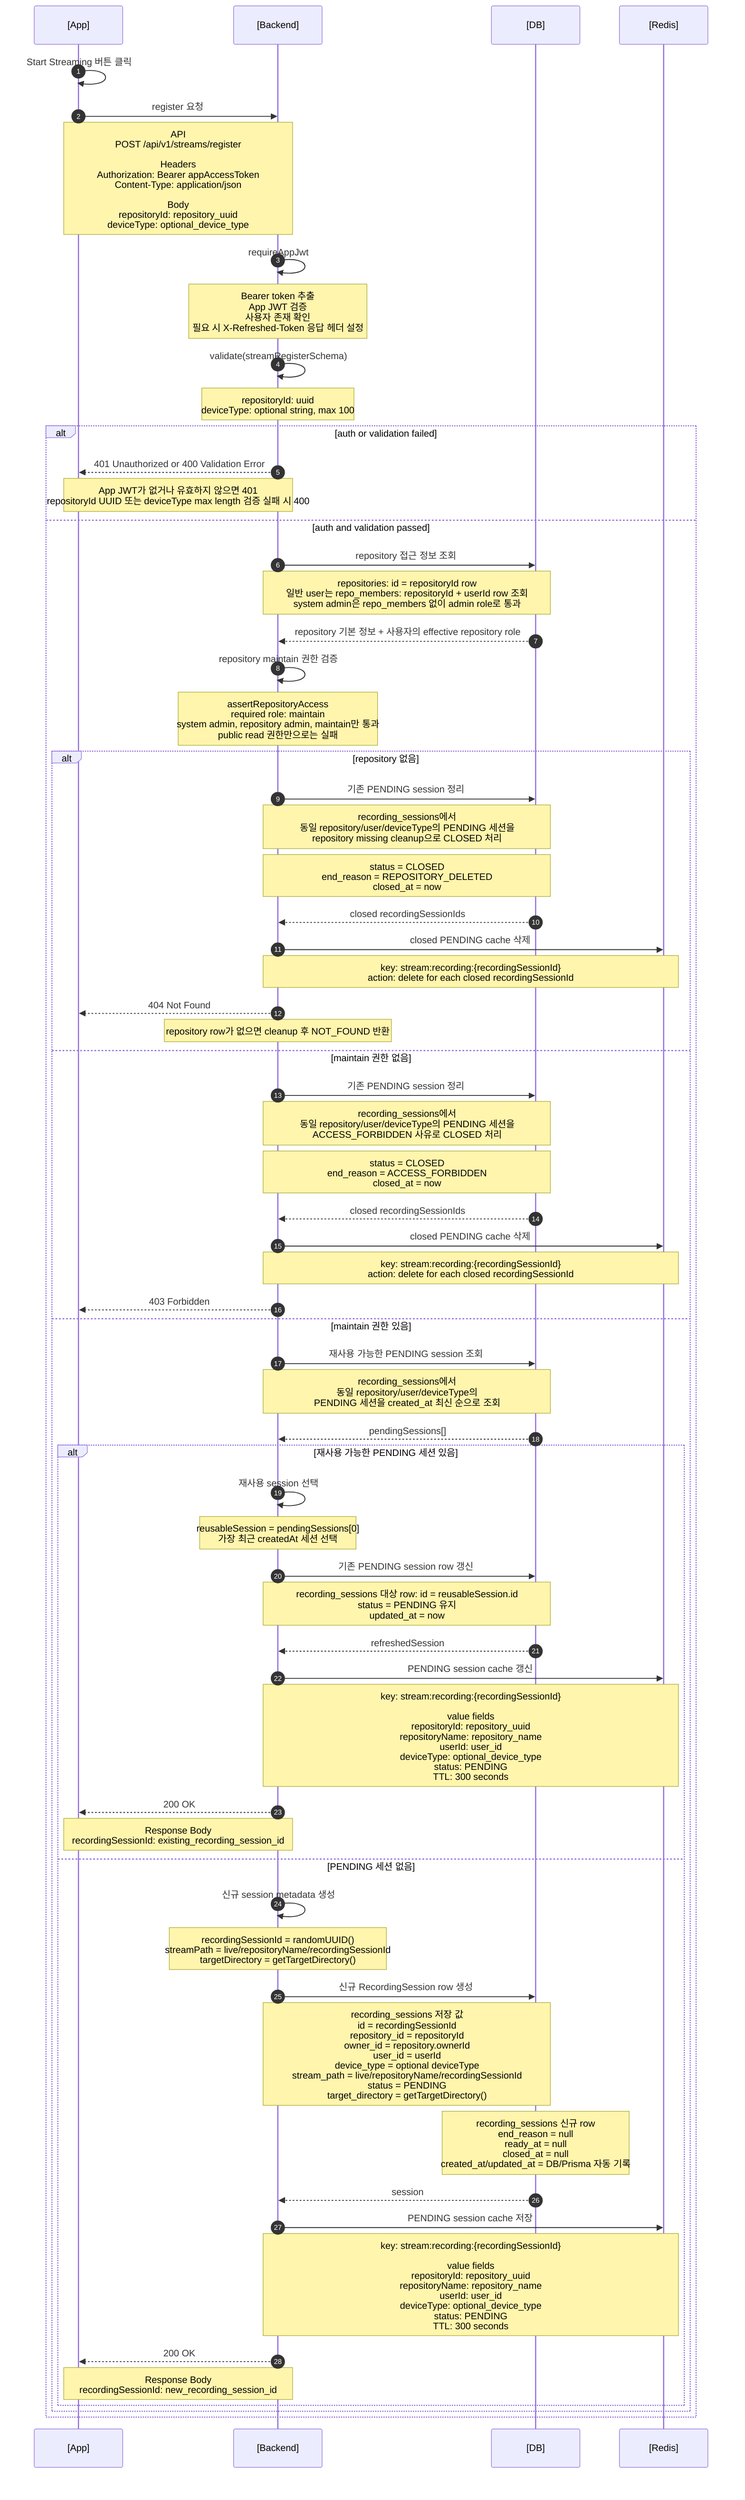
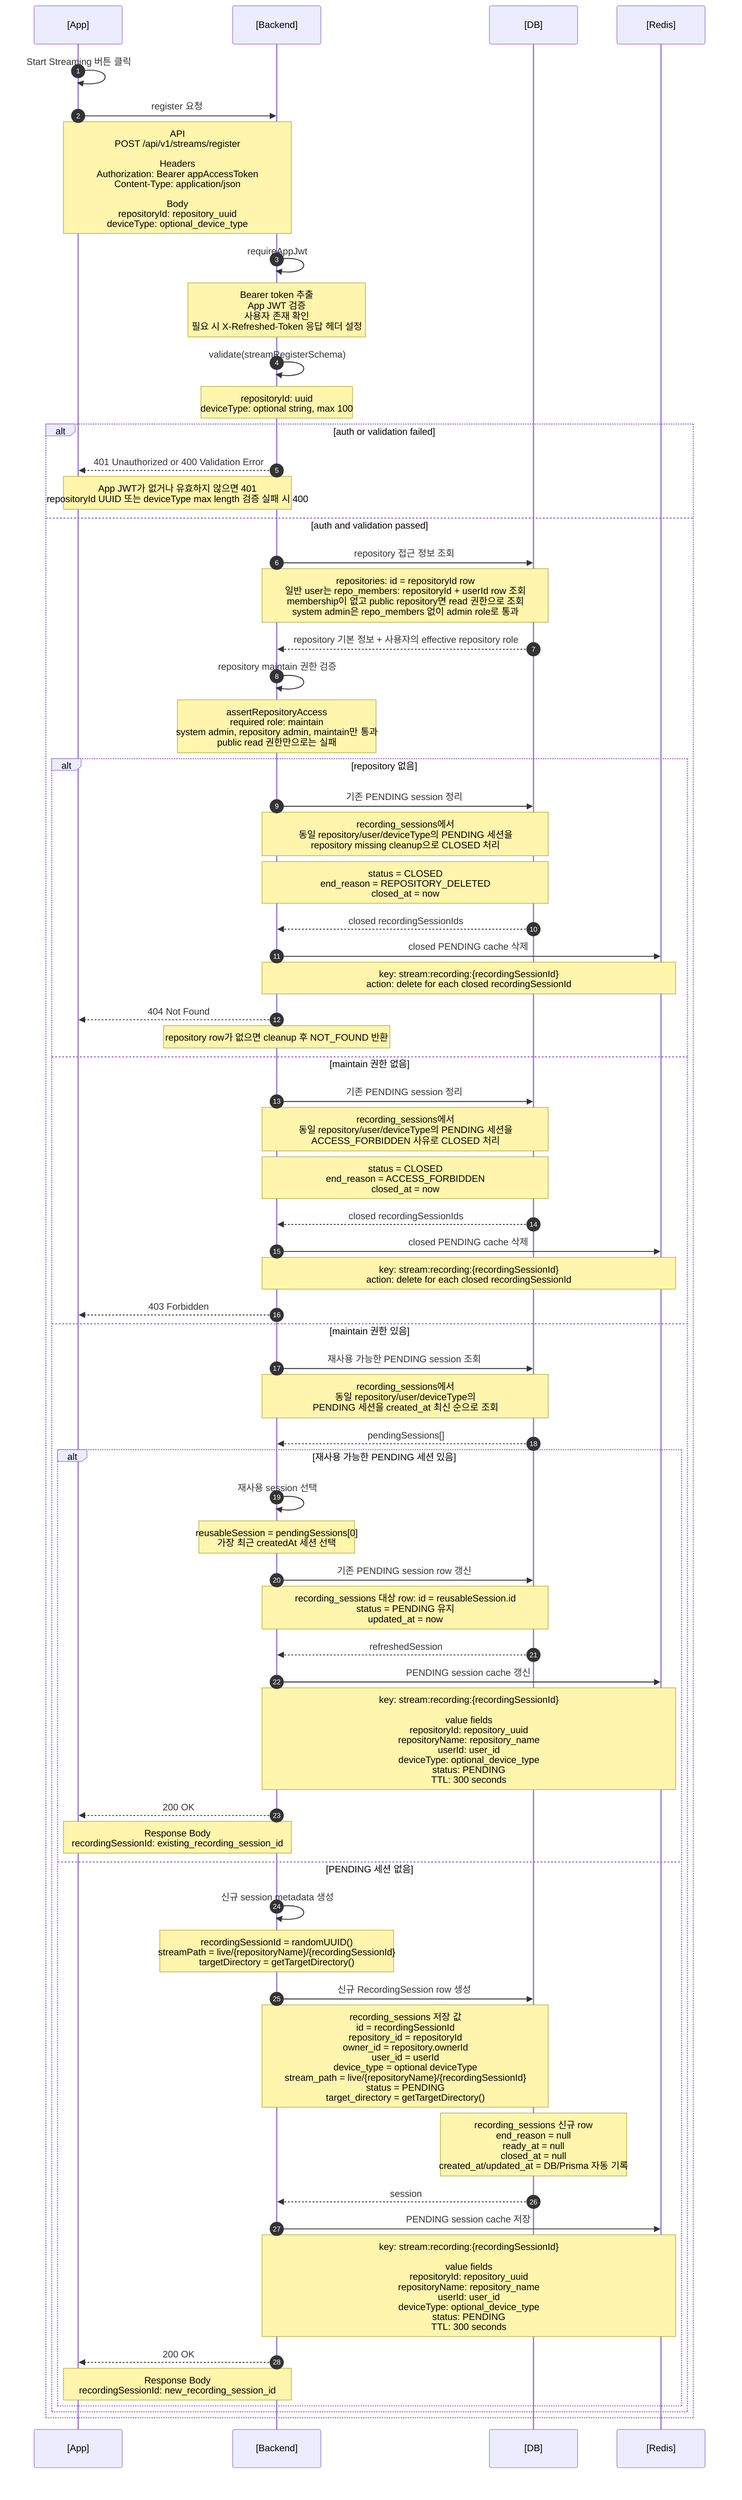
sequenceDiagram
  autonumber
  participant App as [App]
  participant Backend as [Backend]
  participant DB as [DB]
  participant Redis as [Redis]

  App->>App: Start Streaming 버튼 클릭
  App->>Backend: register 요청
  Note over App,Backend: API<br/>POST /api/v1/streams/register<br/><br/>Headers<br/>Authorization: Bearer appAccessToken<br/>Content-Type: application/json<br/><br/>Body<br/>repositoryId: repository_uuid<br/>deviceType: optional_device_type

  Backend->>Backend: requireAppJwt
  Note over Backend: Bearer token 추출<br/>App JWT 검증<br/>사용자 존재 확인<br/>필요 시 X-Refreshed-Token 응답 헤더 설정
  Backend->>Backend: validate(streamRegisterSchema)
  Note over Backend: repositoryId: uuid<br/>deviceType: optional string, max 100

  alt auth or validation failed
    Backend-->>App: 401 Unauthorized or 400 Validation Error
    Note over Backend,App: App JWT가 없거나 유효하지 않으면 401<br/>repositoryId UUID 또는 deviceType max length 검증 실패 시 400
  else auth and validation passed
  Backend->>DB: repository 접근 정보 조회
-   Note over Backend,DB: repositories: id = repositoryId row<br/>일반 user는 repo_members: repositoryId + userId row 조회<br/>system admin은 repo_members 없이 admin role로 통과
+   Note over Backend,DB: repositories: id = repositoryId row<br/>일반 user는 repo_members: repositoryId + userId row 조회<br/>membership이 없고 public repository면 read 권한으로 조회<br/>system admin은 repo_members 없이 admin role로 통과
  DB-->>Backend: repository 기본 정보 + 사용자의 effective repository role
  Backend->>Backend: repository maintain 권한 검증
  Note over Backend: assertRepositoryAccess<br/>required role: maintain<br/>system admin, repository admin, maintain만 통과<br/>public read 권한만으로는 실패

  alt repository 없음
    Backend->>DB: 기존 PENDING session 정리
    Note over Backend,DB: recording_sessions에서<br/>동일 repository/user/deviceType의 PENDING 세션을<br/>repository missing cleanup으로 CLOSED 처리
    Note over Backend,DB: status = CLOSED<br/>end_reason = REPOSITORY_DELETED<br/>closed_at = now
    DB-->>Backend: closed recordingSessionIds
    Backend->>Redis: closed PENDING cache 삭제
    Note over Backend,Redis: key: stream:recording:{recordingSessionId}<br/>action: delete for each closed recordingSessionId
    Backend-->>App: 404 Not Found
    Note over Backend: repository row가 없으면 cleanup 후 NOT_FOUND 반환
  else maintain 권한 없음
    Backend->>DB: 기존 PENDING session 정리
    Note over Backend,DB: recording_sessions에서<br/>동일 repository/user/deviceType의 PENDING 세션을<br/>ACCESS_FORBIDDEN 사유로 CLOSED 처리
    Note over Backend,DB: status = CLOSED<br/>end_reason = ACCESS_FORBIDDEN<br/>closed_at = now
    DB-->>Backend: closed recordingSessionIds
    Backend->>Redis: closed PENDING cache 삭제
    Note over Backend,Redis: key: stream:recording:{recordingSessionId}<br/>action: delete for each closed recordingSessionId
    Backend-->>App: 403 Forbidden
  else maintain 권한 있음
    Backend->>DB: 재사용 가능한 PENDING session 조회
    Note over Backend,DB: recording_sessions에서<br/>동일 repository/user/deviceType의<br/>PENDING 세션을 created_at 최신 순으로 조회
    DB-->>Backend: pendingSessions[]

    alt 재사용 가능한 PENDING 세션 있음
      Backend->>Backend: 재사용 session 선택
      Note over Backend: reusableSession = pendingSessions[0]<br/>가장 최근 createdAt 세션 선택
      Backend->>DB: 기존 PENDING session row 갱신
      Note over Backend,DB: recording_sessions 대상 row: id = reusableSession.id<br/>status = PENDING 유지<br/>updated_at = now
      DB-->>Backend: refreshedSession
      Backend->>Redis: PENDING session cache 갱신
      Note over Backend,Redis: key: stream:recording:{recordingSessionId}<br/><br/>value fields<br/>repositoryId: repository_uuid<br/>repositoryName: repository_name<br/>userId: user_id<br/>deviceType: optional_device_type<br/>status: PENDING<br/>TTL: 300 seconds
      Backend-->>App: 200 OK
      Note over App,Backend: Response Body<br/>recordingSessionId: existing_recording_session_id
    else PENDING 세션 없음
      Backend->>Backend: 신규 session metadata 생성
-       Note over Backend: recordingSessionId = randomUUID()<br/>streamPath = live/repositoryName/recordingSessionId<br/>targetDirectory = getTargetDirectory()
+       Note over Backend: recordingSessionId = randomUUID()<br/>streamPath = live/{repositoryName}/{recordingSessionId}<br/>targetDirectory = getTargetDirectory()
      Backend->>DB: 신규 RecordingSession row 생성
-       Note over Backend,DB: recording_sessions 저장 값<br/>id = recordingSessionId<br/>repository_id = repositoryId<br/>owner_id = repository.ownerId<br/>user_id = userId<br/>device_type = optional deviceType<br/>stream_path = live/repositoryName/recordingSessionId<br/>status = PENDING<br/>target_directory = getTargetDirectory()
+       Note over Backend,DB: recording_sessions 저장 값<br/>id = recordingSessionId<br/>repository_id = repositoryId<br/>owner_id = repository.ownerId<br/>user_id = userId<br/>device_type = optional deviceType<br/>stream_path = live/{repositoryName}/{recordingSessionId}<br/>status = PENDING<br/>target_directory = getTargetDirectory()
      Note over DB: recording_sessions 신규 row<br/>end_reason = null<br/>ready_at = null<br/>closed_at = null<br/>created_at/updated_at = DB/Prisma 자동 기록
      DB-->>Backend: session
      Backend->>Redis: PENDING session cache 저장
      Note over Backend,Redis: key: stream:recording:{recordingSessionId}<br/><br/>value fields<br/>repositoryId: repository_uuid<br/>repositoryName: repository_name<br/>userId: user_id<br/>deviceType: optional_device_type<br/>status: PENDING<br/>TTL: 300 seconds
      Backend-->>App: 200 OK
      Note over App,Backend: Response Body<br/>recordingSessionId: new_recording_session_id
    end
  end
  end

%% 참고:
+ %% register response는 recordingSessionId만 반환한다.
+ %% register는 publish ticket, RTMP URL, stream_path, stream:active:sessions active set을 만들지 않는다.
%% PENDING session을 별도로 CLOSED 정리하는 background reconcile loop는 없다.
%% PENDING Redis cache TTL은 300초이며, publish-ticket은 이 cache가 남아 있는 PENDING session만 허용한다.
%% Redis cache가 만료된 old PENDING DB row는 다음 register에서 재사용되면 cache가 다시 갱신된다.
%% Access failure cleanup은 repository가 삭제되어 NOT_FOUND가 발생했거나,
%% repository는 존재하지만 현재 사용자가 maintain 권한을 잃어 FORBIDDEN이 발생한 경우에 수행된다.
%% NOT_FOUND cleanup은 end_reason=REPOSITORY_DELETED, FORBIDDEN cleanup은 end_reason=ACCESS_FORBIDDEN으로 기록한다.
%% repository missing cleanup은 이미 삭제된 repository를 가리키는 PENDING session이 DB에 영구히 남지 않도록 정리한다.
%% 다음 단계는 App이 반환받은 recordingSessionId로 POST /api/v1/streams/{recordingSessionId}/publish-ticket을 호출하는 흐름이다.
